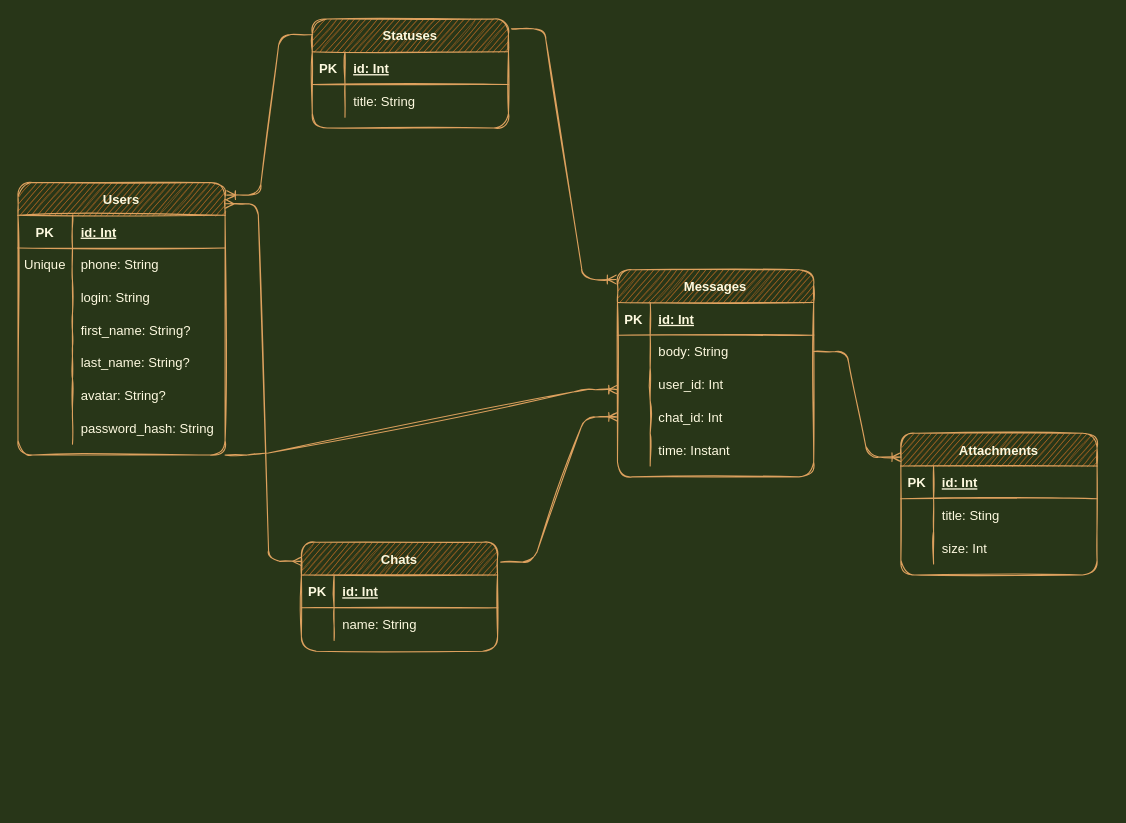
The draw.io diagram DatabaseIntro/hw_db_Diagram.drawio in nazntrade/Skillbox, before the edit. Source tidied: cells renumbered, new cells numbered last; positions are measured from the earlier drawing's top-left corner, leaving out a move shared by most shapes. Both pictures are drawn from the tidied source at 109%, with x=0, y=0 at pixel (17, 19).
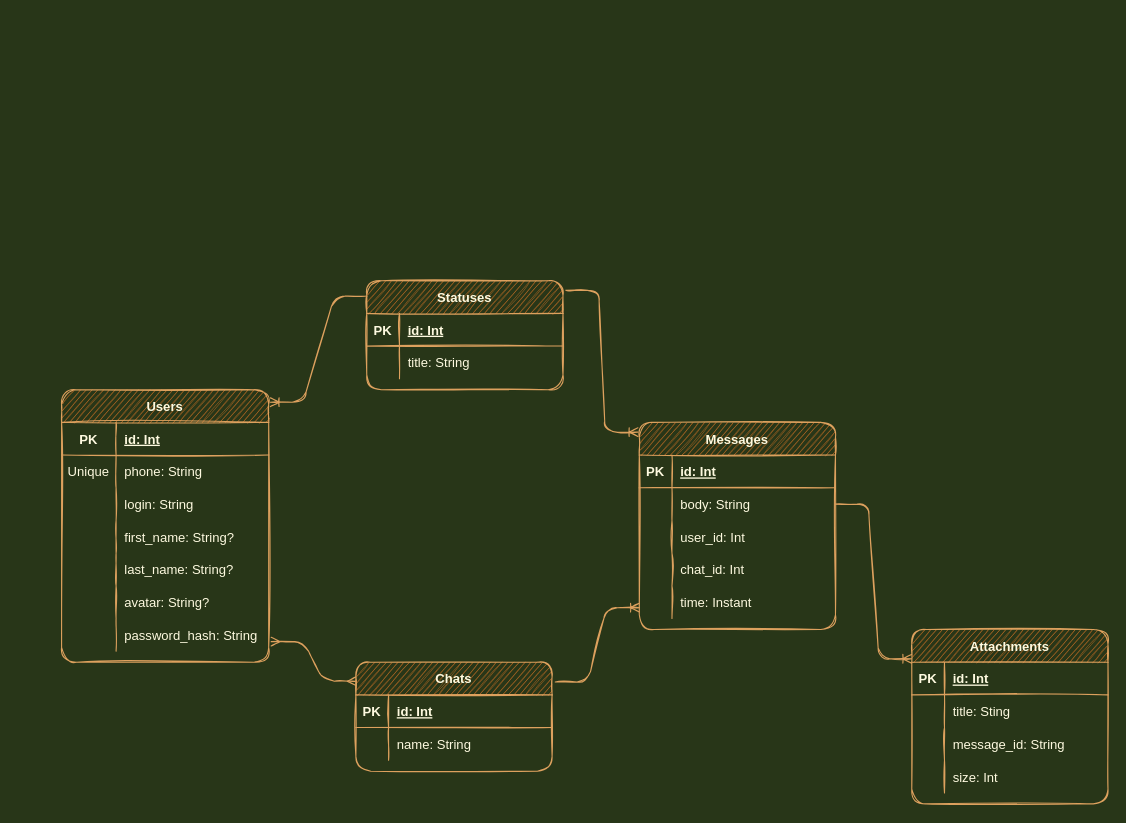
The same page after the edit.

Unchanged cells that the change refers to:
```xml
<mxCell id="21" style="shape=tableRow;horizontal=0;startSize=0;swimlaneHead=0;swimlaneBody=0;fillColor=none;points=[[0,0.5],[1,0.5]];portConstraint=eastwest;top=0;left=0;right=0;bottom=0;rounded=1;sketch=1;fontColor=#FEFAE0;strokeColor=#DDA15E;" parent="2" vertex="1">
  <mxGeometry y="210" width="190" height="30" as="geometry" />
</mxCell>
<mxCell id="49" style="shape=tableRow;horizontal=0;startSize=0;swimlaneHead=0;swimlaneBody=0;fillColor=none;points=[[0,0.5],[1,0.5]];portConstraint=eastwest;top=0;left=0;right=0;bottom=0;rounded=1;sketch=1;fontColor=#FEFAE0;strokeColor=#DDA15E;" parent="42" vertex="1">
  <mxGeometry y="90" width="180" height="30" as="geometry" />
</mxCell>
<mxCell id="52" style="shape=tableRow;horizontal=0;startSize=0;swimlaneHead=0;swimlaneBody=0;fillColor=none;points=[[0,0.5],[1,0.5]];portConstraint=eastwest;top=0;left=0;right=0;bottom=0;rounded=1;sketch=1;fontColor=#FEFAE0;strokeColor=#DDA15E;" parent="42" vertex="1">
  <mxGeometry y="120" width="180" height="30" as="geometry" />
</mxCell>
<mxCell id="55" style="shape=tableRow;horizontal=0;startSize=0;swimlaneHead=0;swimlaneBody=0;fillColor=none;points=[[0,0.5],[1,0.5]];portConstraint=eastwest;top=0;left=0;right=0;bottom=0;rounded=1;sketch=1;fontColor=#FEFAE0;strokeColor=#DDA15E;" parent="42" vertex="1">
  <mxGeometry y="150" width="180" height="30" as="geometry" />
</mxCell>
```

The edit, as a diff of the source:
```diff
@@
     <mxCell id="2" value="Users" style="shape=table;startSize=30;childLayout=tableLayout;rowLines=0;fontStyle=1;align=center;rounded=1;sketch=1;fontColor=#FEFAE0;strokeColor=#DDA15E;fillColor=#BC6C25;" parent="1" vertex="1">
-      <mxGeometry y="150" width="190" height="250" as="geometry" />
+      <mxGeometry x="40" y="340" width="190" height="250" as="geometry" />
     </mxCell>
@@
     <mxCell id="25" value="Chats" style="shape=table;startSize=30;childLayout=tableLayout;rowLines=0;fontStyle=1;align=center;rounded=1;sketch=1;fontColor=#FEFAE0;strokeColor=#DDA15E;fillColor=#BC6C25;" parent="1" vertex="1">
-      <mxGeometry x="260" y="480" width="180" height="100" as="geometry" />
+      <mxGeometry x="310" y="590" width="180" height="100" as="geometry" />
     </mxCell>
@@
     <mxCell id="32" value="Attachments" style="shape=table;startSize=30;childLayout=tableLayout;rowLines=0;fontStyle=1;align=center;rounded=1;sketch=1;fontColor=#FEFAE0;strokeColor=#DDA15E;fillColor=#BC6C25;" parent="1" vertex="1">
-      <mxGeometry x="810" y="380" width="180" height="130" as="geometry" />
+      <mxGeometry x="820" y="560" width="180" height="160" as="geometry" />
     </mxCell>
@@
+    <mxCell id="70" style="shape=tableRow;horizontal=0;startSize=0;swimlaneHead=0;swimlaneBody=0;fillColor=none;top=0;left=0;right=0;bottom=0;rounded=1;sketch=1;fontColor=#FEFAE0;strokeColor=#DDA15E;" parent="32" vertex="1">
+      <mxGeometry y="90" width="180" height="30" as="geometry" />
+    </mxCell>
+    <mxCell id="71" style="shape=partialRectangle;fillColor=none;top=0;left=0;bottom=0;right=0;overflow=hidden;rounded=1;sketch=1;fontColor=#FEFAE0;strokeColor=#DDA15E;" parent="70" vertex="1">
+      <mxGeometry width="30" height="30" as="geometry" />
+    </mxCell>
+    <mxCell id="72" value="message_id: String" style="shape=partialRectangle;fillColor=none;top=0;left=0;bottom=0;right=0;align=left;spacingLeft=6;overflow=hidden;rounded=1;sketch=1;fontColor=#FEFAE0;strokeColor=#DDA15E;" parent="70" vertex="1">
+      <mxGeometry x="30" width="150" height="30" as="geometry" />
+    </mxCell>
     <mxCell id="39" style="shape=tableRow;horizontal=0;startSize=0;swimlaneHead=0;swimlaneBody=0;fillColor=none;top=0;left=0;right=0;bottom=0;rounded=1;sketch=1;fontColor=#FEFAE0;strokeColor=#DDA15E;" parent="32" vertex="1">
-      <mxGeometry y="90" width="180" height="30" as="geometry" />
+      <mxGeometry y="120" width="180" height="30" as="geometry" />
     </mxCell>
@@
     <mxCell id="42" value="Messages" style="shape=table;startSize=30;childLayout=tableLayout;rowLines=0;fontStyle=1;align=center;rounded=1;sketch=1;fontColor=#FEFAE0;strokeColor=#DDA15E;fillColor=#BC6C25;" parent="1" vertex="1">
-      <mxGeometry x="550" y="230" width="180" height="190" as="geometry" />
+      <mxGeometry x="570" y="370" width="180" height="190" as="geometry" />
     </mxCell>
@@
     <mxCell id="58" value="Statuses" style="shape=table;startSize=30;childLayout=tableLayout;rowLines=0;fontStyle=1;align=center;fillColor=#BC6C25;strokeColor=#DDA15E;fontColor=#FEFAE0;sketch=1;rounded=1;" parent="1" vertex="1">
-      <mxGeometry x="270" width="180" height="100" as="geometry" />
+      <mxGeometry x="320" y="240" width="180" height="100" as="geometry" />
     </mxCell>
@@
-    <mxCell id="66" style="edgeStyle=entityRelationEdgeStyle;fontSize=12;html=1;endArrow=ERmany;startArrow=ERmany;rounded=1;sketch=1;fontColor=#FEFAE0;strokeColor=#DDA15E;fillColor=#BC6C25;curved=0;entryX=0.001;entryY=0.175;entryDx=0;entryDy=0;entryPerimeter=0;exitX=1.001;exitY=0.078;exitDx=0;exitDy=0;exitPerimeter=0;" parent="1" edge="1" source="2" target="25">
+    <mxCell id="66" style="edgeStyle=entityRelationEdgeStyle;fontSize=12;html=1;endArrow=ERmany;startArrow=ERmany;rounded=1;sketch=1;fontColor=#FEFAE0;strokeColor=#DDA15E;fillColor=#BC6C25;curved=0;entryX=0.001;entryY=0.175;entryDx=0;entryDy=0;entryPerimeter=0;exitX=1.012;exitY=0.705;exitDx=0;exitDy=0;exitPerimeter=0;" parent="1" edge="1" source="21" target="25">
       <mxGeometry relative="1" as="geometry" />
     </mxCell>
-    <mxCell id="67" style="edgeStyle=entityRelationEdgeStyle;fontSize=12;html=1;endArrow=ERoneToMany;rounded=1;sketch=1;fontColor=#FEFAE0;strokeColor=#DDA15E;fillColor=#BC6C25;curved=0;exitX=1.016;exitY=0.182;exitDx=0;exitDy=0;exitPerimeter=0;" parent="1" edge="1" source="25" target="52">
+    <mxCell id="67" style="edgeStyle=entityRelationEdgeStyle;fontSize=12;html=1;endArrow=ERoneToMany;rounded=1;sketch=1;fontColor=#FEFAE0;strokeColor=#DDA15E;fillColor=#BC6C25;curved=0;exitX=1.016;exitY=0.182;exitDx=0;exitDy=0;exitPerimeter=0;entryX=0;entryY=0.667;entryDx=0;entryDy=0;entryPerimeter=0;" parent="1" edge="1" source="25" target="55">
       <mxGeometry relative="1" as="geometry" />
     </mxCell>
@@
-    <mxCell id="69" style="edgeStyle=entityRelationEdgeStyle;fontSize=12;html=1;endArrow=ERoneToMany;rounded=1;sketch=1;fontColor=#FEFAE0;strokeColor=#DDA15E;fillColor=#BC6C25;curved=0;entryX=0;entryY=0.667;entryDx=0;entryDy=0;entryPerimeter=0;exitX=1;exitY=1;exitDx=0;exitDy=0;" parent="1" edge="1" source="2" target="49">
-      <mxGeometry relative="1" as="geometry" />
-    </mxCell>
```
